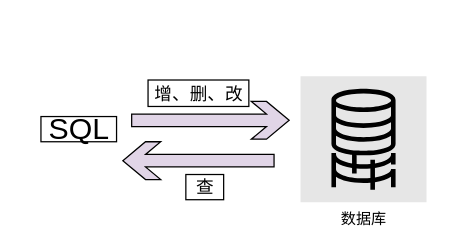
Earlier version of the draw.io diagram SQL功能.drawio (RecordLiu/dataAnalysisBlogDiagrams). Source tidied: cells renumbered, new cells numbered last; positions are measured from the earlier drawing's top-left corner, leaving out a move shared by most shapes. Both pictures are drawn from the tidied source at 126%, with x=0, y=0 at pixel (40, 76).
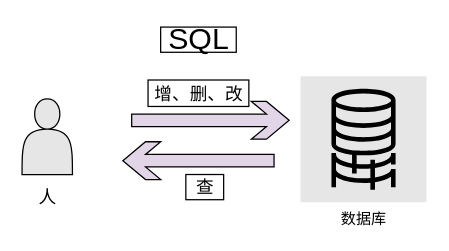
After the change.

What changed in the source:
```diff
@@
 <mxGraphModel background="#ffffff">
   <root>
     <mxCell id="0" />
     <mxCell id="1" parent="0" />
     <mxCell id="2" style="html=1;shadow=0;dashed=0;align=center;verticalAlign=middle;shape=mxgraph.arrows2.sharpArrow;dy1=0.67;dx1=18;dx2=18;notch=0;fontSize=14;fontColor=default;strokeColor=default;fillColor=#E1D5E7;direction=west;" parent="1" vertex="1">
       <mxGeometry x="65" y="52" width="120" height="30" as="geometry" />
     </mxCell>
     <mxCell id="3" value="&lt;font style=&quot;font-size: 24px&quot;&gt;SQL&lt;/font&gt;" style="text;html=1;align=center;verticalAlign=middle;strokeColor=default;fillColor=none;fontColor=default;" parent="1" vertex="1">
-      <mxGeometry y="32" width="60" height="20" as="geometry" />
+      <mxGeometry x="95" y="-39" width="60" height="20" as="geometry" />
     </mxCell>
     <mxCell id="4" value="数据库" style="sketch=0;fontColor=default;gradientColor=none;strokeColor=default;fillColor=#E6E6E6;dashed=0;verticalLabelPosition=bottom;verticalAlign=top;align=center;html=1;fontSize=12;fontStyle=0;shape=mxgraph.aws4.resourceIcon;resIcon=mxgraph.aws4.database_migration_workflow_job;" parent="1" vertex="1">
       <mxGeometry x="206" width="100" height="100" as="geometry" />
     </mxCell>
     <mxCell id="5" style="html=1;shadow=0;dashed=0;align=center;verticalAlign=middle;shape=mxgraph.arrows2.sharpArrow;dy1=0.67;dx1=18;dx2=18;notch=0;fontSize=14;fontColor=default;strokeColor=default;fillColor=#E1D5E7;" parent="1" vertex="1">
       <mxGeometry x="72" y="20" width="125" height="30" as="geometry" />
     </mxCell>
     <mxCell id="6" value="&lt;font face=&quot;Times New Roman&quot;&gt;增、删、改&lt;/font&gt;" style="text;html=1;align=center;verticalAlign=middle;strokeColor=default;fillColor=none;fontSize=14;fontColor=default;" parent="1" vertex="1">
       <mxGeometry x="85" y="3" width="80" height="21" as="geometry" />
     </mxCell>
     <mxCell id="7" value="查" style="text;html=1;align=center;verticalAlign=middle;strokeColor=default;fillColor=none;fontSize=14;fontColor=default;" parent="1" vertex="1">
       <mxGeometry x="115" y="78" width="30" height="20" as="geometry" />
     </mxCell>
+    <mxCell id="8" style="shape=actor;whiteSpace=wrap;html=1;fontFamily=Times New Roman;fontSize=14;fontColor=default;strokeColor=default;fillColor=#E6E6E6;" parent="1" vertex="1">
+      <mxGeometry x="-15" y="18" width="40" height="60" as="geometry" />
+    </mxCell>
+    <mxCell id="9" value="人" style="text;html=1;align=center;verticalAlign=middle;strokeColor=none;fillColor=none;fontSize=14;fontFamily=Times New Roman;fontColor=default;" parent="1" vertex="1">
+      <mxGeometry x="-7" y="86" width="24" height="21" as="geometry" />
+    </mxCell>
   </root>
 </mxGraphModel>
```
